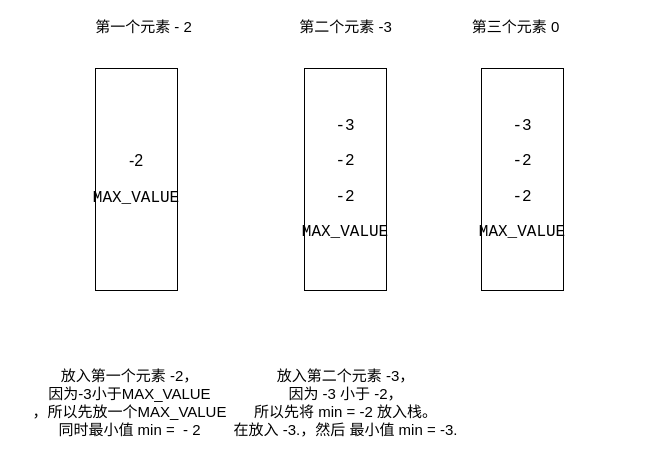
Before: com/cangxiao/stack/Untitled Diagram.drawio in cangxiaocoder/Daigram, a draw.io diagram. Source tidied: cells renumbered, new cells numbered last; positions are measured from the earlier drawing's top-left corner, leaving out a move shared by most shapes. Both pictures are drawn from the tidied source at 100%, with x=0, y=0 at pixel (17, 18).
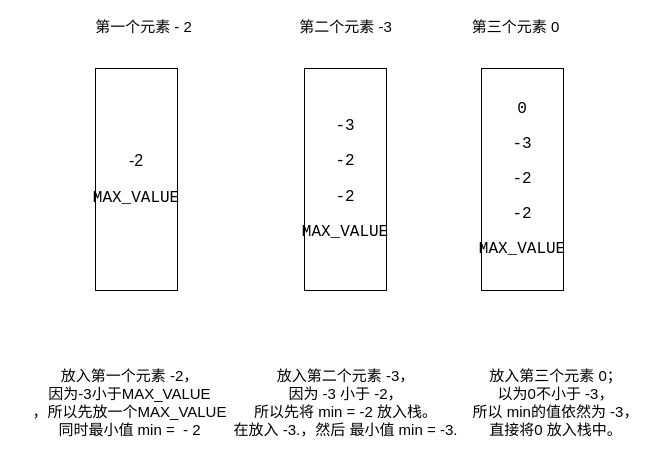
After the change.

Commit message:
更新最小栈

Diff of the diagram source:
```diff
@@
 <mxGraphModel>
   <root>
     <mxCell id="0" />
     <mxCell id="1" parent="0" />
     <mxCell id="2" value="&lt;pre style=&quot;font-size: 16px&quot;&gt;&lt;span style=&quot;font-family: &amp;#34;helvetica&amp;#34; ; white-space: normal&quot;&gt;-2&lt;/span&gt;&lt;br&gt;&lt;/pre&gt;&lt;pre style=&quot;font-size: 16px&quot;&gt;MAX_VALUE&lt;/pre&gt;" style="rounded=0;whiteSpace=wrap;html=1;direction=south;" parent="1" vertex="1">
       <mxGeometry x="78" y="50" width="82" height="222" as="geometry" />
     </mxCell>
     <mxCell id="3" value="&lt;pre style=&quot;font-size: 16px&quot;&gt;-3&lt;/pre&gt;&lt;pre style=&quot;font-size: 16px&quot;&gt;-2&lt;/pre&gt;&lt;pre style=&quot;font-size: 16px&quot;&gt;-2&lt;/pre&gt;&lt;pre style=&quot;font-size: 16px&quot;&gt;MAX_VALUE&lt;/pre&gt;" style="rounded=0;whiteSpace=wrap;html=1;direction=south;" parent="1" vertex="1">
       <mxGeometry x="287" y="50" width="82" height="222" as="geometry" />
     </mxCell>
     <mxCell id="4" value="&lt;font style=&quot;font-size: 15px&quot;&gt;放入第一个元素 -2，&lt;br&gt;因为-3小于MAX_VALUE&lt;br&gt;，所以先放一个MAX_VALUE&lt;br&gt;同时最小值 min =&amp;nbsp; - 2&lt;/font&gt;" style="text;html=1;align=center;verticalAlign=middle;fillColor=none;strokeColor=none;rounded=0;" parent="1" vertex="1">
       <mxGeometry y="352" width="224" height="64" as="geometry" />
     </mxCell>
     <mxCell id="5" value="&lt;font style=&quot;font-size: 15px&quot;&gt;第二个元素 -3&lt;/font&gt;" style="text;html=1;align=center;verticalAlign=middle;fillColor=none;strokeColor=none;rounded=0;" parent="1" vertex="1">
       <mxGeometry x="272" width="112" height="16" as="geometry" />
     </mxCell>
     <mxCell id="6" value="&lt;font style=&quot;font-size: 15px&quot;&gt;第一个元素 - 2&lt;/font&gt;" style="text;html=1;align=center;verticalAlign=middle;fillColor=none;strokeColor=none;rounded=0;" parent="1" vertex="1">
       <mxGeometry x="62" width="128" height="16" as="geometry" />
     </mxCell>
-    <mxCell id="7" value="&lt;pre style=&quot;font-size: 16px&quot;&gt;-3&lt;/pre&gt;&lt;pre style=&quot;font-size: 16px&quot;&gt;-2&lt;/pre&gt;&lt;pre style=&quot;font-size: 16px&quot;&gt;-2&lt;/pre&gt;&lt;pre style=&quot;font-size: 16px&quot;&gt;MAX_VALUE&lt;/pre&gt;" style="rounded=0;whiteSpace=wrap;html=1;direction=south;" parent="1" vertex="1">
+    <mxCell id="7" value="&lt;pre style=&quot;font-size: 16px&quot;&gt;0&lt;/pre&gt;&lt;pre style=&quot;font-size: 16px&quot;&gt;-3&lt;/pre&gt;&lt;pre style=&quot;font-size: 16px&quot;&gt;-2&lt;/pre&gt;&lt;pre style=&quot;font-size: 16px&quot;&gt;-2&lt;/pre&gt;&lt;pre style=&quot;font-size: 16px&quot;&gt;MAX_VALUE&lt;/pre&gt;" style="rounded=0;whiteSpace=wrap;html=1;direction=south;" parent="1" vertex="1">
       <mxGeometry x="464" y="50" width="82" height="222" as="geometry" />
     </mxCell>
     <mxCell id="8" value="&lt;font style=&quot;font-size: 15px&quot;&gt;第三个元素 0&lt;/font&gt;" style="text;html=1;align=center;verticalAlign=middle;fillColor=none;strokeColor=none;rounded=0;" parent="1" vertex="1">
       <mxGeometry x="442" width="112" height="16" as="geometry" />
     </mxCell>
     <mxCell id="9" value="&lt;font style=&quot;font-size: 15px&quot;&gt;放入第二个元素 -3，&lt;br&gt;因为 -3&amp;nbsp;小于 -2，&lt;br&gt;所以先将&amp;nbsp;min = -2&amp;nbsp;放入栈。&lt;br&gt;在放入 -3.，然后&amp;nbsp;最小值&amp;nbsp;min = -3.&lt;/font&gt;" style="text;html=1;align=center;verticalAlign=middle;fillColor=none;strokeColor=none;rounded=0;" parent="1" vertex="1">
       <mxGeometry x="200" y="352" width="256" height="64" as="geometry" />
     </mxCell>
+    <mxCell id="10" value="&lt;span style=&quot;font-size: 15px&quot;&gt;放入第三个元素 0；&lt;br&gt;以为0不小于 -3，&lt;br&gt;所以&amp;nbsp;min的值依然为 -3，&lt;br&gt;直接将0&amp;nbsp;放入栈中。&lt;br&gt;&lt;/span&gt;" style="text;html=1;align=center;verticalAlign=middle;fillColor=none;strokeColor=none;rounded=0;" parent="1" vertex="1">
+      <mxGeometry x="442" y="352" width="192" height="64" as="geometry" />
+    </mxCell>
   </root>
 </mxGraphModel>
```
